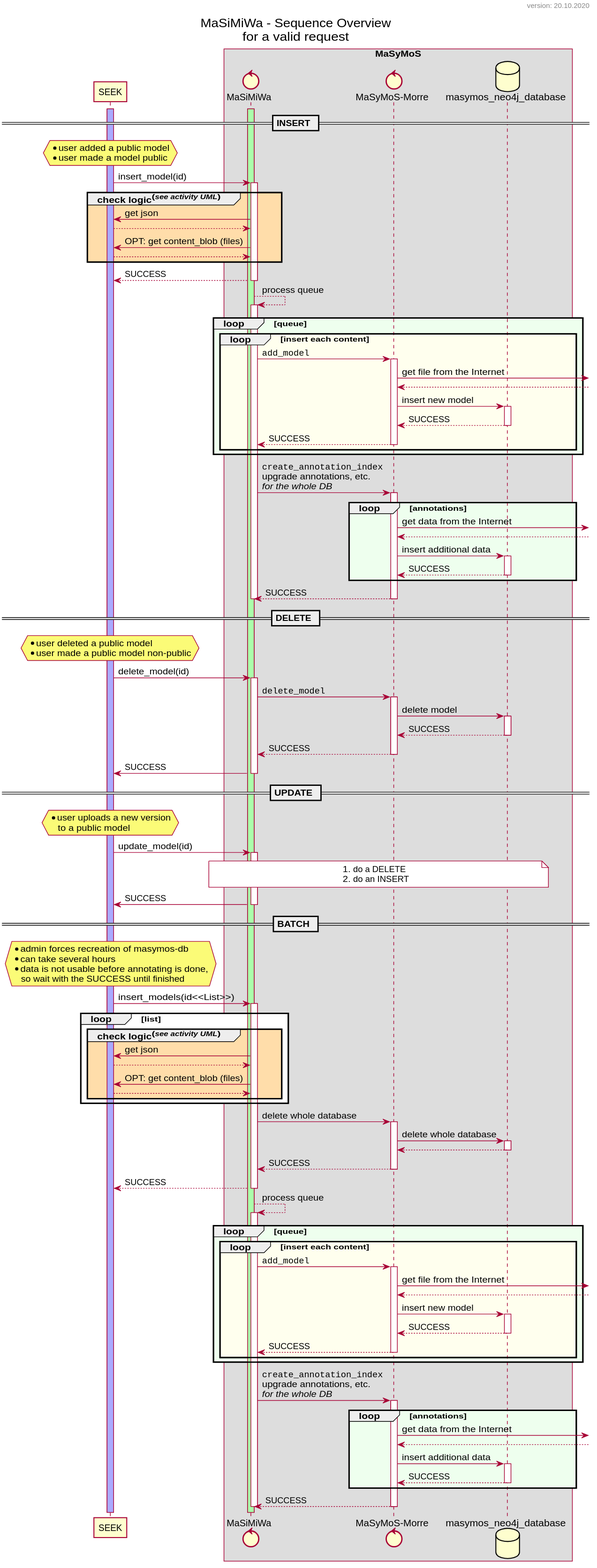
The PlantUML diagram dev/uml/sequence_overview.svg in MaSyMoS/masymos-seek-middleware, before a commit.
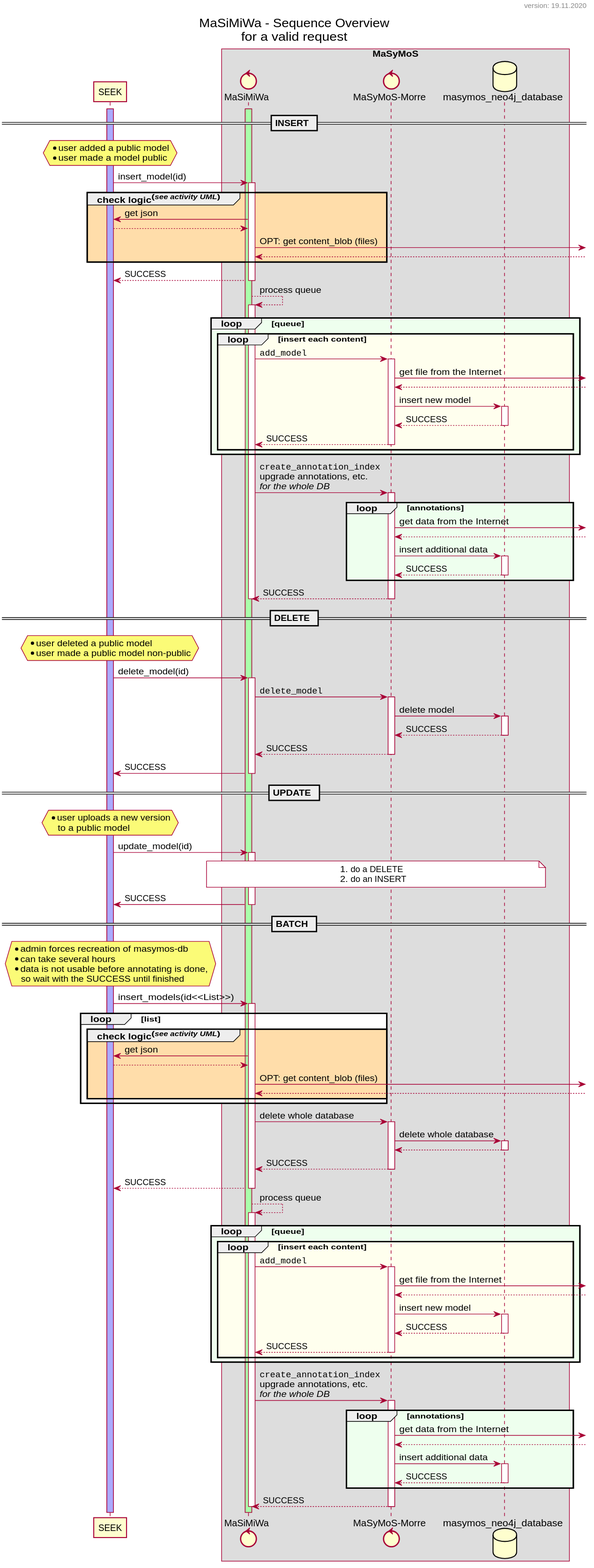
Later version of the same file.

Commit message:
docs: added usage page; updated activity/sequence UML

Change to the diagram source:
```diff
@@ -13,8 +13,8 @@
 seek            <-      miwa            : get json
 seek            -->     miwa
 
-seek            <-      miwa            : OPT: get content_blob (files)
-seek            -->     miwa
+miwa            ->]                     : OPT: get content_blob (files)
+miwa            <--]
 
 end
 !enddefinelong
```
